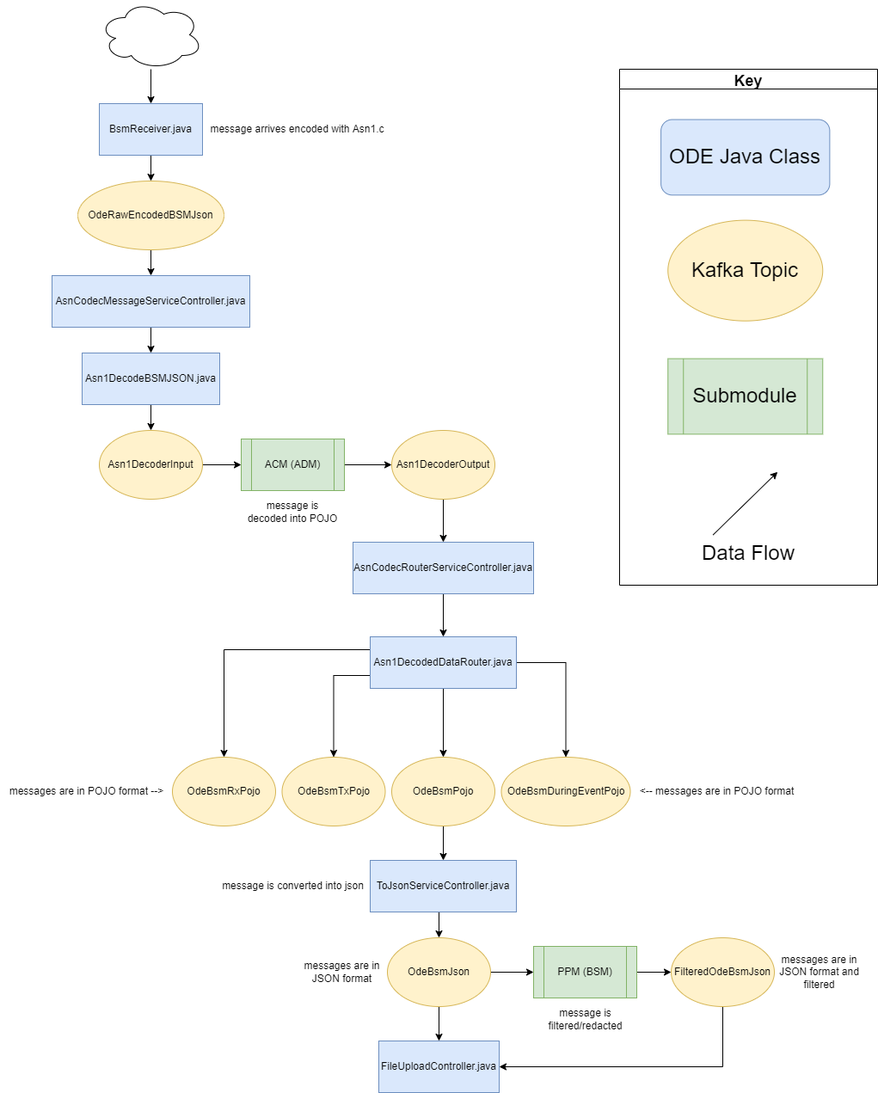
usdot-jpo-ode/jpo-ode keeps this draw.io diagram as docs/data-flow-diagrams/bsm/BSM Data Flow.drawio.png. Above is the earlier version. Source tidied: cells renumbered, new cells last; positions are measured from the earlier drawing's top-left corner, leaving out a move shared by most shapes.
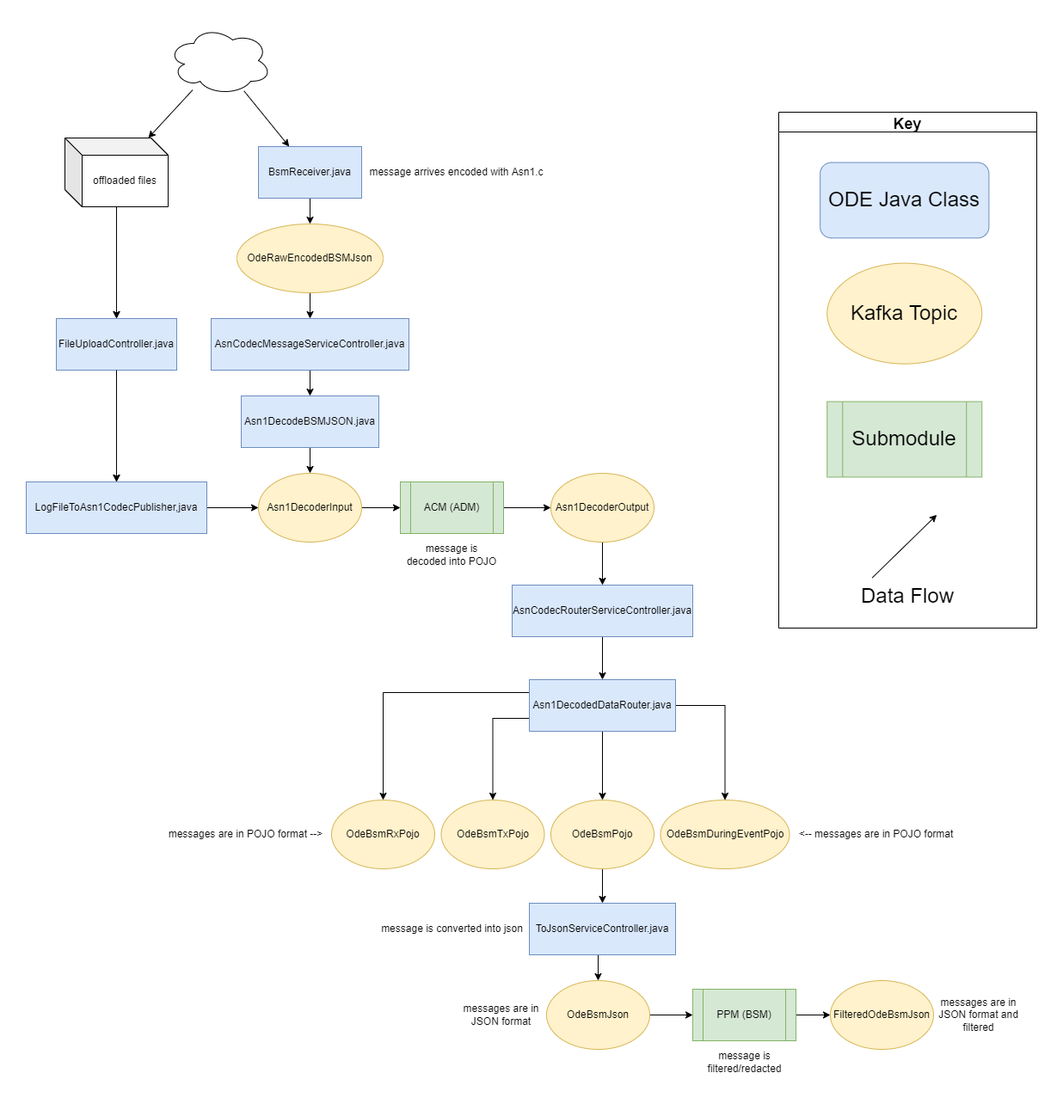
Above is the later version.

What changed in the source:
```diff
@@ -80,9 +80,6 @@
     <mxCell id="27" style="edgeStyle=orthogonalEdgeStyle;rounded=0;jettySize=auto;html=1;" parent="1" edge="1" source="29" target="31">
       <mxGeometry relative="1" as="geometry" />
     </mxCell>
-    <mxCell id="28" style="edgeStyle=orthogonalEdgeStyle;rounded=0;jettySize=auto;html=1;entryX=0.5;entryY=0;entryDx=0;entryDy=0;" parent="1" edge="1" source="29" target="34">
-      <mxGeometry relative="1" as="geometry" />
-    </mxCell>
     <mxCell id="29" value="OdeBsmJson" style="ellipse;whiteSpace=wrap;html=1;fillColor=#fff2cc;strokeColor=#d6b656;" parent="1" vertex="1">
       <mxGeometry x="450" y="1090" width="120" height="80" as="geometry" />
     </mxCell>
@@ -92,15 +89,9 @@
     <mxCell id="31" value="PPM (BSM)" style="shape=process;whiteSpace=wrap;html=1;backgroundOutline=1;fillColor=#d5e8d4;strokeColor=#82b366;" parent="1" vertex="1">
       <mxGeometry x="620" y="1100" width="120" height="60" as="geometry" />
     </mxCell>
-    <mxCell id="32" style="edgeStyle=orthogonalEdgeStyle;rounded=0;jettySize=auto;html=1;entryX=1;entryY=0.5;entryDx=0;entryDy=0;exitX=0.5;exitY=1;exitDx=0;exitDy=0;" parent="1" edge="1" source="33" target="34">
-      <mxGeometry relative="1" as="geometry" />
-    </mxCell>
     <mxCell id="33" value="FilteredOdeBsmJson" style="ellipse;whiteSpace=wrap;html=1;fillColor=#fff2cc;strokeColor=#d6b656;" parent="1" vertex="1">
       <mxGeometry x="780" y="1090" width="120" height="80" as="geometry" />
     </mxCell>
-    <mxCell id="34" value="FileUploadController.java" style="rounded=0;whiteSpace=wrap;html=1;fillColor=#dae8fc;strokeColor=#6c8ebf;" parent="1" vertex="1">
-      <mxGeometry x="440" y="1210" width="140" height="60" as="geometry" />
-    </mxCell>
     <mxCell id="35" value="OdeBsmTxPojo" style="ellipse;whiteSpace=wrap;html=1;fillColor=#fff2cc;strokeColor=#d6b656;" parent="1" vertex="1">
       <mxGeometry x="327.5" y="880" width="120" height="80" as="geometry" />
     </mxCell>
@@ -134,11 +125,14 @@
     <mxCell id="44" value="&lt;font style=&quot;font-size: 24px&quot;&gt;ODE Java Class&lt;/font&gt;" style="rounded=1;whiteSpace=wrap;html=1;fillColor=#dae8fc;strokeColor=#6c8ebf;labelBackgroundColor=none;" parent="40" vertex="1">
       <mxGeometry x="48.1" y="58.5" width="196.2" height="87.8" as="geometry" />
     </mxCell>
-    <mxCell id="45" style="edgeStyle=orthogonalEdgeStyle;rounded=0;jettySize=auto;html=1;labelBackgroundColor=none;fontSize=18;" parent="1" edge="1" source="46" target="12">
+    <mxCell id="45" style="rounded=0;jettySize=auto;html=1;labelBackgroundColor=none;fontSize=18;" parent="1" edge="1" source="46" target="12">
       <mxGeometry relative="1" as="geometry" />
     </mxCell>
+    <mxCell id="55" style="rounded=0;jettySize=auto;html=1;" parent="1" edge="1" source="46" target="59">
+      <mxGeometry relative="1" as="geometry" />
+    </mxCell>
     <mxCell id="46" style="ellipse;shape=cloud;whiteSpace=wrap;html=1;labelBackgroundColor=none;fontSize=18;" parent="1" vertex="1">
-      <mxGeometry x="115" width="120" height="80" as="geometry" />
+      <mxGeometry x="10" y="-20" width="120" height="80" as="geometry" />
     </mxCell>
     <mxCell id="47" value="message arrives encoded with Asn1.c" style="text;html=1;align=center;verticalAlign=middle;strokeColor=none;fillColor=none;" parent="1" vertex="1">
       <mxGeometry x="235" y="140" width="220" height="20" as="geometry" />
@@ -164,5 +158,38 @@
     <mxCell id="54" value="&amp;lt;-- messages are in POJO format" style="text;html=1;align=center;verticalAlign=middle;strokeColor=none;fillColor=none;" parent="1" vertex="1">
       <mxGeometry x="732.5" y="910" width="200" height="20" as="geometry" />
     </mxCell>
+    <mxCell id="56" style="rounded=0;jettySize=auto;html=1;" parent="1" edge="1" source="57" target="61">
+      <mxGeometry relative="1" as="geometry" />
+    </mxCell>
+    <mxCell id="57" value="FileUploadController.java" style="rounded=0;whiteSpace=wrap;html=1;fillColor=#dae8fc;strokeColor=#6c8ebf;" parent="1" vertex="1">
+      <mxGeometry x="-120" y="320" width="140" height="60" as="geometry" />
+    </mxCell>
+    <mxCell id="58" style="edgeStyle=orthogonalEdgeStyle;rounded=0;jettySize=auto;html=1;" parent="1" edge="1" source="59" target="57">
+      <mxGeometry relative="1" as="geometry" />
+    </mxCell>
+    <mxCell id="59" value="offloaded files" style="shape=cube;whiteSpace=wrap;html=1;boundedLbl=1;backgroundOutline=1;darkOpacity=0.05;darkOpacity2=0.1;" parent="1" vertex="1">
+      <mxGeometry x="-110" y="110" width="120" height="80" as="geometry" />
+    </mxCell>
+    <mxCell id="60" style="edgeStyle=none;rounded=0;jettySize=auto;html=1;" parent="1" edge="1" source="61" target="22">
+      <mxGeometry relative="1" as="geometry" />
+    </mxCell>
+    <mxCell id="61" value="LogFileToAsn1CodecPublisher,java" style="rounded=0;whiteSpace=wrap;html=1;fillColor=#dae8fc;strokeColor=#6c8ebf;" parent="1" vertex="1">
+      <mxGeometry x="-155" y="510" width="210" height="60" as="geometry" />
+    </mxCell>
+    <mxCell id="62" value="offloaded files" style="shape=cube;whiteSpace=wrap;html=1;boundedLbl=1;backgroundOutline=1;darkOpacity=0.05;darkOpacity2=0.1;" parent="1" vertex="1">
+      <mxGeometry x="-110" y="110" width="120" height="80" as="geometry" />
+    </mxCell>
+    <mxCell id="63" style="edgeStyle=orthogonalEdgeStyle;rounded=0;jettySize=auto;html=1;" parent="1" edge="1" source="62" target="64">
+      <mxGeometry relative="1" as="geometry" />
+    </mxCell>
+    <mxCell id="64" value="FileUploadController.java" style="rounded=0;whiteSpace=wrap;html=1;fillColor=#dae8fc;strokeColor=#6c8ebf;" parent="1" vertex="1">
+      <mxGeometry x="-120" y="320" width="140" height="60" as="geometry" />
+    </mxCell>
+    <mxCell id="65" style="rounded=0;jettySize=auto;html=1;" parent="1" edge="1" source="64" target="66">
+      <mxGeometry relative="1" as="geometry" />
+    </mxCell>
+    <mxCell id="66" value="LogFileToAsn1CodecPublisher,java" style="rounded=0;whiteSpace=wrap;html=1;fillColor=#dae8fc;strokeColor=#6c8ebf;" parent="1" vertex="1">
+      <mxGeometry x="-155" y="510" width="210" height="60" as="geometry" />
+    </mxCell>
   </root>
 </mxGraphModel>
```
